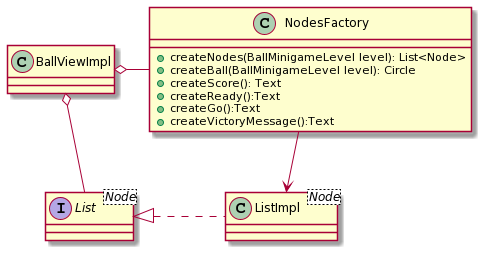
Earlier version of the PlantUML export doc/Relazione/images/freddi/NodesFactory.png (RiccardoSquarcialupi/oop19-dpg). The source it was exported from:
```plantuml
@startuml
class BallViewImpl

Interface List<Node>
class ListImpl<Node>

class NodesFactory {
    +createNodes(BallMinigameLevel level): List<Node>
    +createBall(BallMinigameLevel level): Circle
    +createScore(): Text
    +createReady():Text
    +createGo():Text
    +createVictoryMessage():Text
}

BallViewImpl o- NodesFactory
BallViewImpl o-- List
List <|. ListImpl
NodesFactory --> ListImpl
@enduml
```
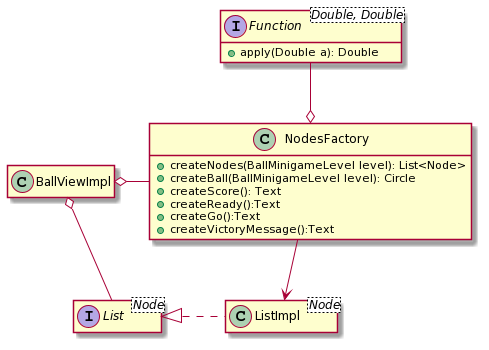
The same file after the commit.

What changed in the source:
```diff
@@ -3,6 +3,9 @@
 
 Interface List<Node>
 class ListImpl<Node>
+interface Function<Double, Double> {
+    +apply(Double a): Double
+}
 
 class NodesFactory {
     +createNodes(BallMinigameLevel level): List<Node>
@@ -13,8 +16,13 @@
     +createVictoryMessage():Text
 }
 
+Function --o NodesFactory
+
 BallViewImpl o- NodesFactory
 BallViewImpl o-- List
 List <|. ListImpl
 NodesFactory --> ListImpl
+
+hide empty methods
+hide empty fields
 @enduml
```
